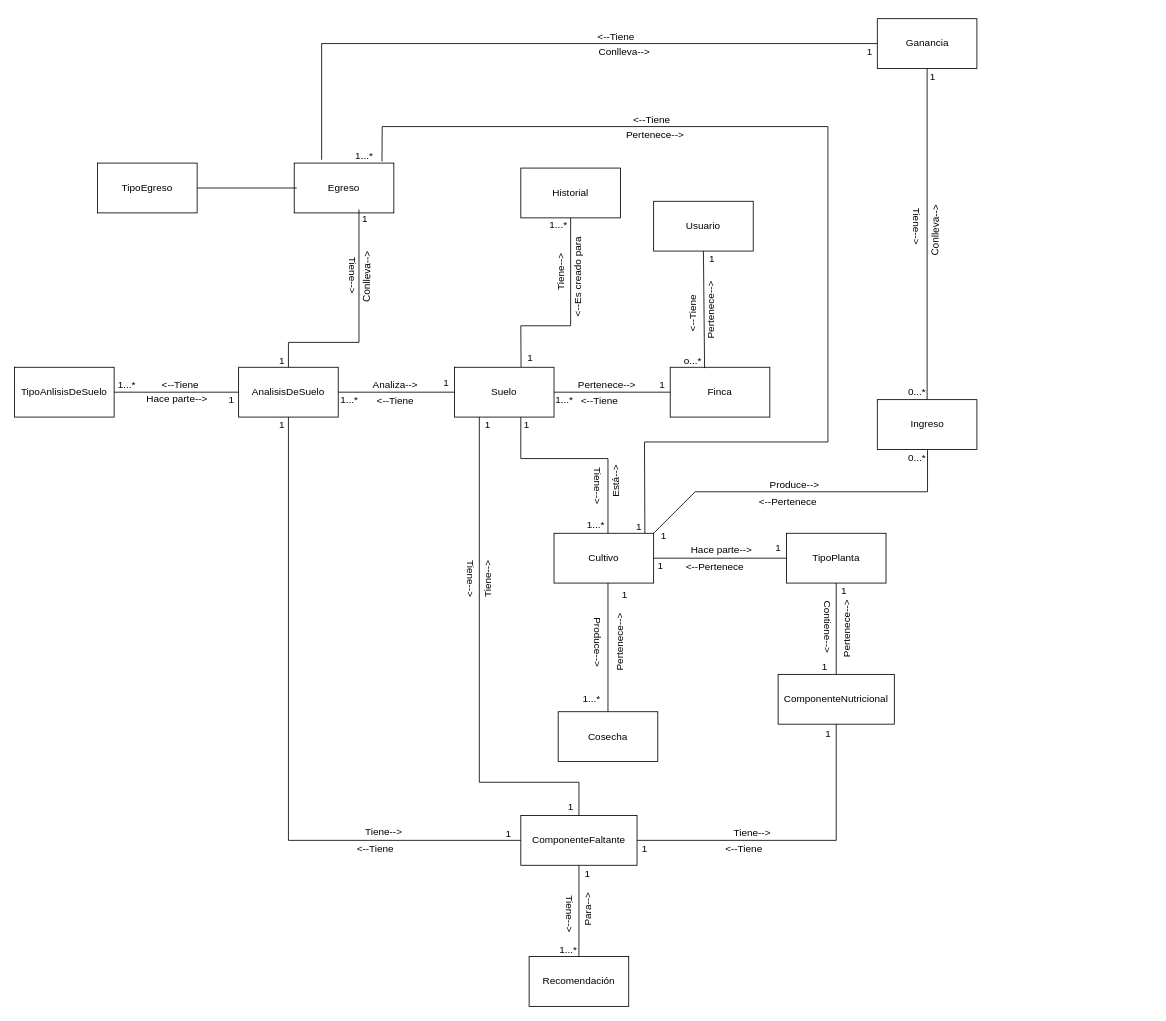
Earlier version of the draw.io diagram CropScan.drawio (1193090526alexander/IngenieriaDeSotwareII). Source tidied: cells renumbered, new cells numbered last; positions are measured from the earlier drawing's top-left corner, leaving out a move shared by most shapes. Both pictures are drawn from the tidied source at 83%, with x=0, y=0 at pixel (14, 18).
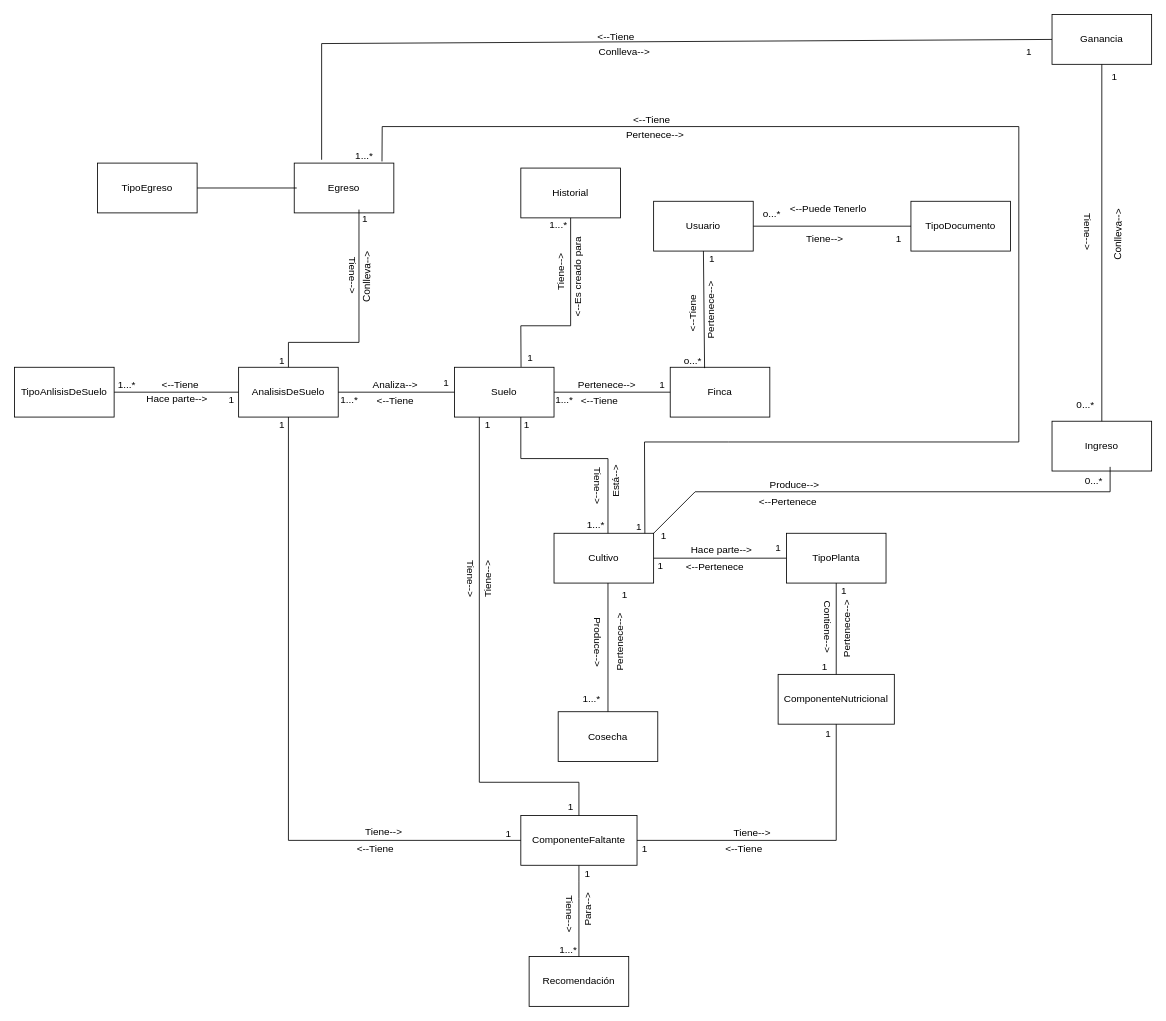
After the change.

Unchanged cells that the change refers to:
```xml
<mxCell id="5" value="Usuario" style="rounded=0;whiteSpace=wrap;html=1;" parent="1" vertex="1">
  <mxGeometry x="770" y="220" width="120" height="60" as="geometry" />
</mxCell>
<mxCell id="16" value="Cultivo" style="rounded=0;whiteSpace=wrap;html=1;" parent="1" vertex="1">
  <mxGeometry x="650" y="620" width="120" height="60" as="geometry" />
</mxCell>
<mxCell id="62" value="1...*" style="text;html=1;align=center;verticalAlign=middle;points=[];strokeColor=none;fillColor=none;" parent="1" vertex="1">
  <mxGeometry x="400.5" y="150" width="40" height="30" as="geometry" />
</mxCell>
```

Change to the diagram source:
```diff
@@
     <mxCell id="58" style="endArrow=none;html=1;rounded=0;entryX=0.912;entryY=0.001;entryDx=0;entryDy=0;entryPerimeter=0;exitX=1.056;exitY=0.734;exitDx=0;exitDy=0;exitPerimeter=0;" parent="1" edge="1" source="62" target="16">
       <mxGeometry relative="1" as="geometry">
         <Array as="points">
           <mxPoint x="443" y="130" />
-          <mxPoint x="980" y="130" />
-          <mxPoint x="980" y="510" />
+          <mxPoint x="1210" y="130" />
+          <mxPoint x="1210" y="510" />
           <mxPoint x="860" y="510" />
           <mxPoint x="759" y="510" />
         </Array>
       </mxGeometry>
     </mxCell>
@@
     <mxCell id="71" value="Tiene--&amp;gt;" style="text;html=1;strokeColor=none;fillColor=none;align=center;verticalAlign=middle;whiteSpace=wrap;rounded=0;rotation=90;" parent="1" vertex="1">
-      <mxGeometry x="1053.5" y="243" width="67" height="14" as="geometry" />
+      <mxGeometry x="1260" y="250" width="67" height="14" as="geometry" />
     </mxCell>
@@
     <mxCell id="74" value="Ingreso" style="rounded=0;whiteSpace=wrap;html=1;" parent="1" vertex="1">
-      <mxGeometry x="1039.5" y="459" width="120" height="60" as="geometry" />
+      <mxGeometry x="1250" y="485" width="120" height="60" as="geometry" />
     </mxCell>
@@
     <mxCell id="76" value="0...*" style="text;html=1;align=center;verticalAlign=middle;points=[];strokeColor=none;fillColor=none;" parent="1" vertex="1">
-      <mxGeometry x="1067" y="515" width="40" height="30" as="geometry" />
+      <mxGeometry x="1280" y="542" width="40" height="30" as="geometry" />
     </mxCell>
@@
     <mxCell id="79" value="Ganancia" style="rounded=0;whiteSpace=wrap;html=1;" parent="1" vertex="1">
-      <mxGeometry x="1039.5" width="120" height="60" as="geometry" />
+      <mxGeometry x="1250" y="-5" width="120" height="60" as="geometry" />
     </mxCell>
-    <mxCell id="80" style="endArrow=none;html=1;rounded=0;exitX=1;exitY=0;exitDx=0;exitDy=0;" parent="1" edge="1" source="16">
+    <mxCell id="80" style="endArrow=none;html=1;rounded=0;exitX=1;exitY=0;exitDx=0;exitDy=0;entryX=1;entryY=-0.067;entryDx=0;entryDy=0;entryPerimeter=0;" parent="1" edge="1" source="16" target="76">
       <mxGeometry relative="1" as="geometry">
-        <mxPoint x="1100" y="520" as="targetPoint" />
         <Array as="points">
           <mxPoint x="820" y="570" />
-          <mxPoint x="1100" y="570" />
+          <mxPoint x="1320" y="570" />
         </Array>
       </mxGeometry>
     </mxCell>
@@
     <mxCell id="83" value="Conlleva--&amp;gt;" style="text;html=1;strokeColor=none;fillColor=none;align=center;verticalAlign=middle;whiteSpace=wrap;rounded=0;rotation=-89;" parent="1" vertex="1">
-      <mxGeometry x="1070" y="240" width="80" height="30" as="geometry" />
+      <mxGeometry x="1290" y="245" width="80" height="30" as="geometry" />
     </mxCell>
     <mxCell id="84" value="1" style="text;html=1;align=center;verticalAlign=middle;strokeColor=none;fillColor=none;" parent="1" vertex="1">
-      <mxGeometry x="1091" y="55" width="30" height="30" as="geometry" />
+      <mxGeometry x="1310" y="55" width="30" height="30" as="geometry" />
     </mxCell>
     <mxCell id="85" value="0...*" style="text;html=1;align=center;verticalAlign=middle;strokeColor=none;fillColor=none;" parent="1" vertex="1">
-      <mxGeometry x="1067" y="435" width="40" height="30" as="geometry" />
+      <mxGeometry x="1270" y="450" width="40" height="30" as="geometry" />
     </mxCell>
@@
     <mxCell id="89" value="1" style="text;html=1;align=center;verticalAlign=middle;strokeColor=none;fillColor=none;" parent="1" vertex="1">
-      <mxGeometry x="1015" y="25" width="30" height="30" as="geometry" />
+      <mxGeometry x="1207" y="25" width="30" height="30" as="geometry" />
     </mxCell>
@@
+    <mxCell id="108" value="TipoDocumento" style="rounded=0;whiteSpace=wrap;html=1;" parent="1" vertex="1">
+      <mxGeometry x="1080" y="220" width="120" height="60" as="geometry" />
+    </mxCell>
+    <mxCell id="109" style="endArrow=none;html=1;rounded=0;entryX=0;entryY=0.5;entryDx=0;entryDy=0;exitX=1;exitY=0.5;exitDx=0;exitDy=0;" parent="1" edge="1" source="5" target="108">
+      <mxGeometry relative="1" as="geometry" />
+    </mxCell>
+    <mxCell id="110" value="&amp;lt;--Puede Tenerlo" style="text;html=1;align=center;verticalAlign=middle;strokeColor=none;fillColor=none;" parent="1" vertex="1">
+      <mxGeometry x="920" y="215" width="120" height="30" as="geometry" />
+    </mxCell>
+    <mxCell id="111" value="Tiene--&amp;gt;" style="text;html=1;align=center;verticalAlign=middle;strokeColor=none;fillColor=none;" parent="1" vertex="1">
+      <mxGeometry x="941" y="250" width="70" height="30" as="geometry" />
+    </mxCell>
+    <mxCell id="112" value="1" style="text;html=1;align=center;verticalAlign=middle;strokeColor=none;fillColor=none;" parent="1" vertex="1">
+      <mxGeometry x="1050" y="250" width="30" height="30" as="geometry" />
+    </mxCell>
+    <mxCell id="113" value="o...*" style="text;html=1;align=center;verticalAlign=middle;strokeColor=none;fillColor=none;" parent="1" vertex="1">
+      <mxGeometry x="892" y="220" width="40" height="30" as="geometry" />
+    </mxCell>
```
